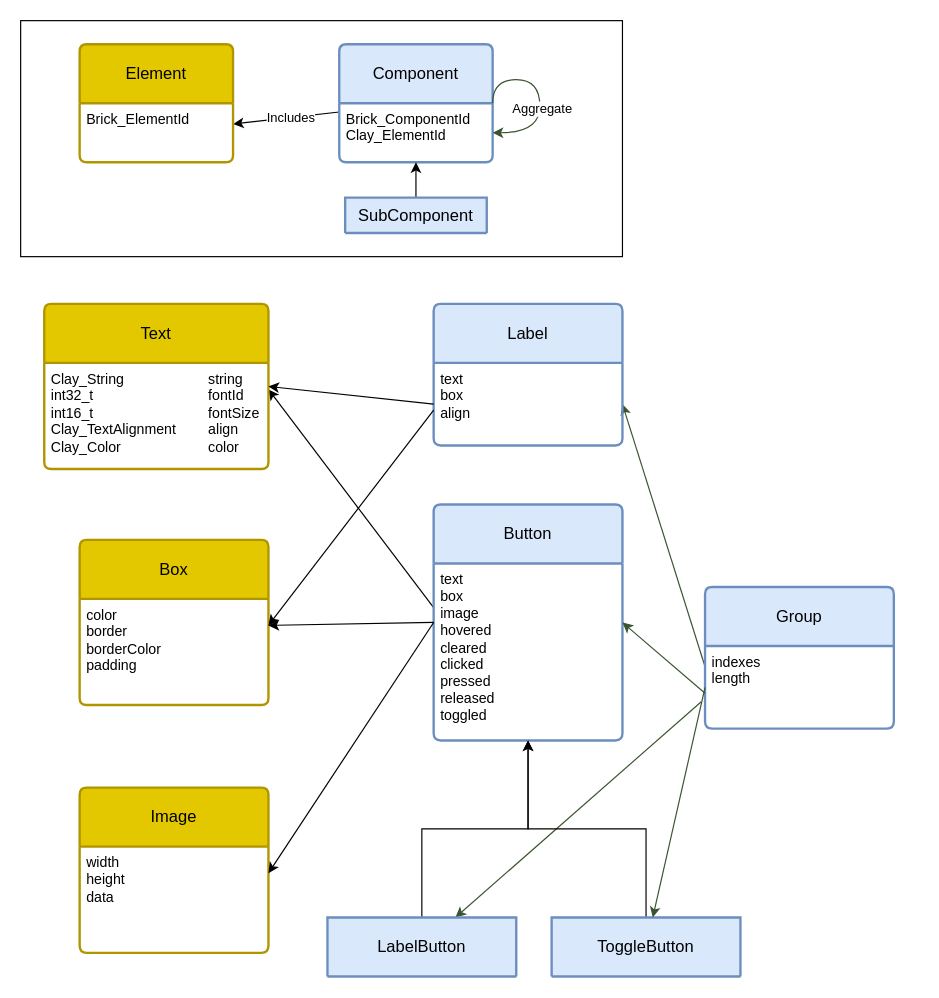
Above: docs/brick_component_diagram.drawio in proc0/brick (draw.io), before the change. Source tidied: cells renumbered, new cells numbered last; positions are measured from the earlier drawing's top-left corner, leaving out a move shared by most shapes. Both pictures are drawn from the tidied source at 118%, with x=0, y=0 at pixel (20, 20).
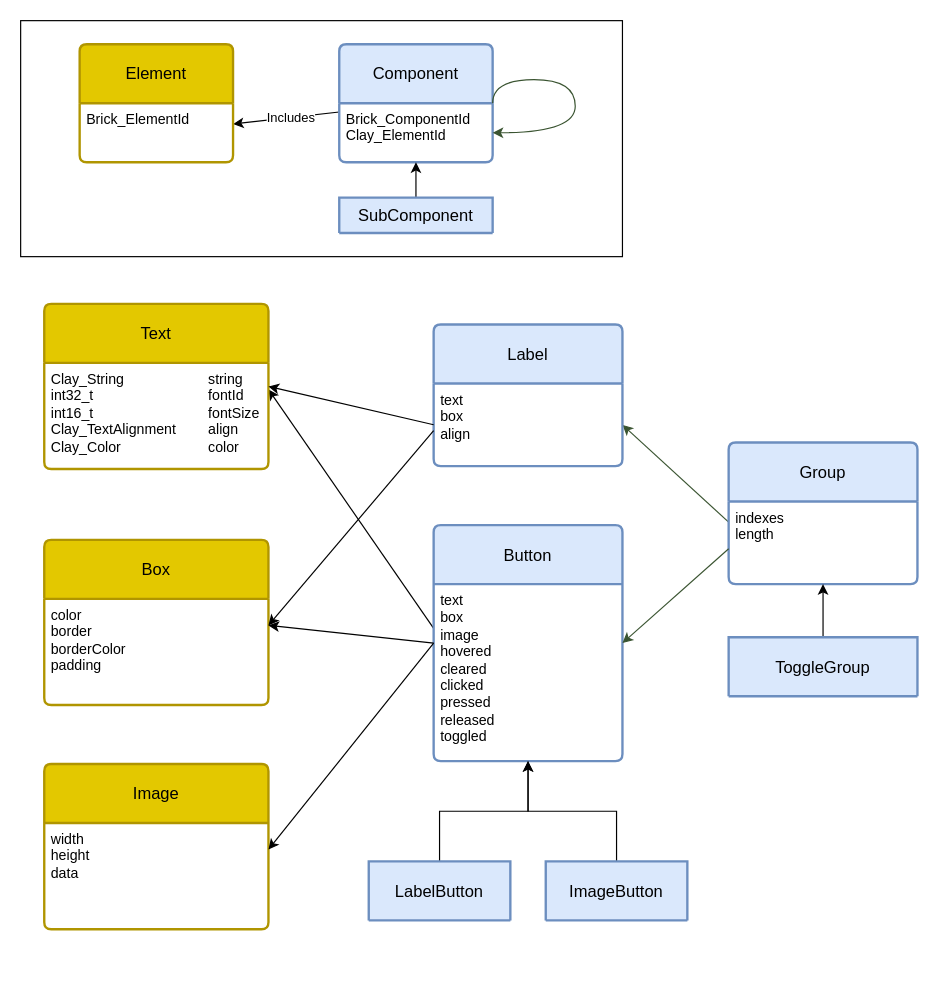
Above is the later version.

Commit message (it also covers changes not shown here):
adding ToggleGroup component, extending CreateGroup, updating refs in examples

The change refers to these unchanged cells:
```xml
<mxCell id="5" value="Component" style="swimlane;horizontal=1;startSize=50;rounded=1;fontSize=14;fontStyle=0;strokeWidth=2;shadow=0;dashed=0;align=center;arcSize=4;whiteSpace=wrap;html=1;fillColor=#dae8fc;strokeColor=#6c8ebf;" parent="1" vertex="1">
  <mxGeometry x="270" y="20" width="130" height="100" as="geometry" />
</mxCell>
<mxCell id="6" value="Brick_ComponentId&lt;div&gt;Clay_ElementId&lt;/div&gt;" style="align=left;strokeColor=none;fillColor=none;spacingLeft=4;spacingRight=4;fontSize=12;verticalAlign=top;html=1;whiteSpace=wrap;" parent="5" vertex="1">
  <mxGeometry y="50" width="130" height="50" as="geometry" />
</mxCell>
<mxCell id="12" value="indexes&lt;div&gt;length&lt;/div&gt;" style="align=left;strokeColor=none;fillColor=none;spacingLeft=4;spacingRight=4;fontSize=12;verticalAlign=top;html=1;whiteSpace=wrap;" parent="11" vertex="1">
  <mxGeometry y="50" width="160" height="70" as="geometry" />
</mxCell>
```

Diff of the diagram source:
```diff
@@
     <mxCell id="7" style="edgeStyle=orthogonalEdgeStyle;rounded=0;jettySize=auto;html=1;entryX=1;entryY=0.5;entryDx=0;entryDy=0;exitX=1;exitY=0.5;exitDx=0;exitDy=0;curved=1;fillColor=#6d8764;strokeColor=#3A5431;" parent="5" edge="1" source="5" target="6">
       <mxGeometry relative="1" as="geometry">
         <Array as="points">
           <mxPoint x="130" y="30" />
-          <mxPoint x="170" y="30" />
-          <mxPoint x="170" y="75" />
+          <mxPoint x="200" y="30" />
+          <mxPoint x="200" y="75" />
         </Array>
       </mxGeometry>
     </mxCell>
-    <mxCell id="8" value="Aggregate" style="edgeLabel;html=1;align=center;verticalAlign=middle;" parent="7" vertex="1">
+    <mxCell id="8" value="&lt;div&gt;&lt;br&gt;&lt;/div&gt;" style="edgeLabel;html=1;align=center;verticalAlign=middle;" parent="7" vertex="1">
       <mxGeometry x="0.16" y="1" relative="1" as="geometry" />
     </mxCell>
-    <mxCell id="9" style="rounded=0;jettySize=auto;html=1;exitX=-0.02;exitY=0.674;exitDx=0;exitDy=0;exitPerimeter=0;fillColor=#6d8764;strokeColor=#3A5431;" parent="1" edge="1" source="12" target="35">
-      <mxGeometry relative="1" as="geometry" />
-    </mxCell>
@@
     <mxCell id="11" value="Group" style="swimlane;horizontal=1;startSize=50;rounded=1;fontSize=14;fontStyle=0;strokeWidth=2;shadow=0;dashed=0;align=center;arcSize=4;whiteSpace=wrap;html=1;fillColor=#dae8fc;strokeColor=#6c8ebf;" parent="1" vertex="1">
-      <mxGeometry x="580" y="480" width="160" height="120" as="geometry" />
+      <mxGeometry x="600" y="357.5" width="160" height="120" as="geometry" />
     </mxCell>
@@
     <mxCell id="13" value="Label" style="swimlane;horizontal=1;startSize=50;rounded=1;fontSize=14;fontStyle=0;strokeWidth=2;shadow=0;dashed=0;align=center;arcSize=4;whiteSpace=wrap;html=1;fillColor=#dae8fc;strokeColor=#6c8ebf;" parent="1" vertex="1">
-      <mxGeometry x="350" y="240" width="160" height="120" as="geometry" />
+      <mxGeometry x="350" y="257.5" width="160" height="120" as="geometry" />
     </mxCell>
@@
     <mxCell id="16" value="Button" style="swimlane;horizontal=1;startSize=50;rounded=1;fontSize=14;fontStyle=0;strokeWidth=2;shadow=0;dashed=0;align=center;arcSize=4;whiteSpace=wrap;html=1;fillColor=#dae8fc;strokeColor=#6c8ebf;" parent="1" vertex="1">
-      <mxGeometry x="350" y="410" width="160" height="200" as="geometry" />
+      <mxGeometry x="350" y="427.5" width="160" height="200" as="geometry" />
     </mxCell>
@@
     <mxCell id="20" value="Box" style="swimlane;horizontal=1;startSize=50;rounded=1;fontSize=14;fontStyle=0;strokeWidth=2;shadow=0;dashed=0;align=center;arcSize=4;whiteSpace=wrap;html=1;fillColor=#e3c800;fontColor=#000000;strokeColor=#B09500;" parent="1" vertex="1">
-      <mxGeometry x="50" y="440" width="160" height="140" as="geometry" />
+      <mxGeometry x="20" y="440" width="190" height="140" as="geometry" />
     </mxCell>
     <mxCell id="21" value="color&lt;div&gt;border&lt;/div&gt;&lt;div&gt;borderColor&lt;br&gt;&lt;div&gt;padding&lt;/div&gt;&lt;/div&gt;" style="align=left;strokeColor=none;fillColor=none;spacingLeft=4;spacingRight=4;fontSize=12;verticalAlign=top;html=1;whiteSpace=wrap;" parent="20" vertex="1">
-      <mxGeometry y="50" width="160" height="90" as="geometry" />
+      <mxGeometry y="50" width="190" height="90" as="geometry" />
     </mxCell>
     <mxCell id="22" value="Image" style="swimlane;horizontal=1;startSize=50;rounded=1;fontSize=14;fontStyle=0;strokeWidth=2;shadow=0;dashed=0;align=center;arcSize=4;whiteSpace=wrap;html=1;fillColor=#e3c800;fontColor=#000000;strokeColor=#B09500;" parent="1" vertex="1">
-      <mxGeometry x="50" y="650" width="160" height="140" as="geometry" />
+      <mxGeometry x="20" y="630" width="190" height="140" as="geometry" />
     </mxCell>
     <mxCell id="23" value="width&lt;br&gt;height&lt;br&gt;data" style="align=left;strokeColor=none;fillColor=none;spacingLeft=4;spacingRight=4;fontSize=12;verticalAlign=top;html=1;whiteSpace=wrap;" parent="22" vertex="1">
-      <mxGeometry y="50" width="160" height="90" as="geometry" />
+      <mxGeometry y="50" width="190" height="90" as="geometry" />
     </mxCell>
@@
-    <mxCell id="31" value="ToggleButton" style="swimlane;horizontal=1;startSize=50;rounded=1;fontSize=14;fontStyle=0;strokeWidth=2;shadow=0;dashed=0;align=center;arcSize=4;whiteSpace=wrap;html=1;fillColor=#dae8fc;strokeColor=#6c8ebf;" parent="1" vertex="1">
-      <mxGeometry x="450" y="760" width="160" height="50" as="geometry" />
+    <mxCell id="31" value="ImageButton" style="swimlane;horizontal=1;startSize=50;rounded=1;fontSize=14;fontStyle=0;strokeWidth=2;shadow=0;dashed=0;align=center;arcSize=4;whiteSpace=wrap;html=1;fillColor=#dae8fc;strokeColor=#6c8ebf;" parent="1" vertex="1">
+      <mxGeometry x="445" y="712.5" width="120" height="50" as="geometry" />
     </mxCell>
@@
-    <mxCell id="33" style="rounded=0;jettySize=auto;html=1;exitX=0;exitY=0.5;exitDx=0;exitDy=0;fillColor=#6d8764;strokeColor=#3A5431;" parent="1" edge="1" source="12" target="31">
-      <mxGeometry relative="1" as="geometry" />
-    </mxCell>
@@
     <mxCell id="35" value="LabelButton" style="swimlane;horizontal=1;startSize=50;rounded=1;fontSize=14;fontStyle=0;strokeWidth=2;shadow=0;dashed=0;align=center;arcSize=4;whiteSpace=wrap;html=1;fillColor=#dae8fc;strokeColor=#6c8ebf;" parent="1" vertex="1">
-      <mxGeometry x="260" y="760" width="160" height="50" as="geometry" />
+      <mxGeometry x="295" y="712.5" width="120" height="50" as="geometry" />
     </mxCell>
@@
     <mxCell id="37" value="SubComponent" style="swimlane;horizontal=1;startSize=50;rounded=1;fontSize=14;fontStyle=0;strokeWidth=2;shadow=0;dashed=0;align=center;arcSize=4;whiteSpace=wrap;html=1;fillColor=#dae8fc;strokeColor=#6c8ebf;" parent="1" vertex="1">
-      <mxGeometry x="275" y="150" width="120" height="30" as="geometry" />
+      <mxGeometry x="270" y="150" width="130" height="30" as="geometry" />
     </mxCell>
+    <mxCell id="38" style="edgeStyle=orthogonalEdgeStyle;rounded=0;jettySize=auto;html=1;" parent="1" edge="1" source="39" target="12">
+      <mxGeometry relative="1" as="geometry" />
+    </mxCell>
+    <mxCell id="39" value="ToggleGroup" style="swimlane;horizontal=1;startSize=50;rounded=1;fontSize=14;fontStyle=0;strokeWidth=2;shadow=0;dashed=0;align=center;arcSize=4;whiteSpace=wrap;html=1;fillColor=#dae8fc;strokeColor=#6c8ebf;" parent="1" vertex="1">
+      <mxGeometry x="600" y="522.5" width="160" height="50" as="geometry" />
+    </mxCell>
```
